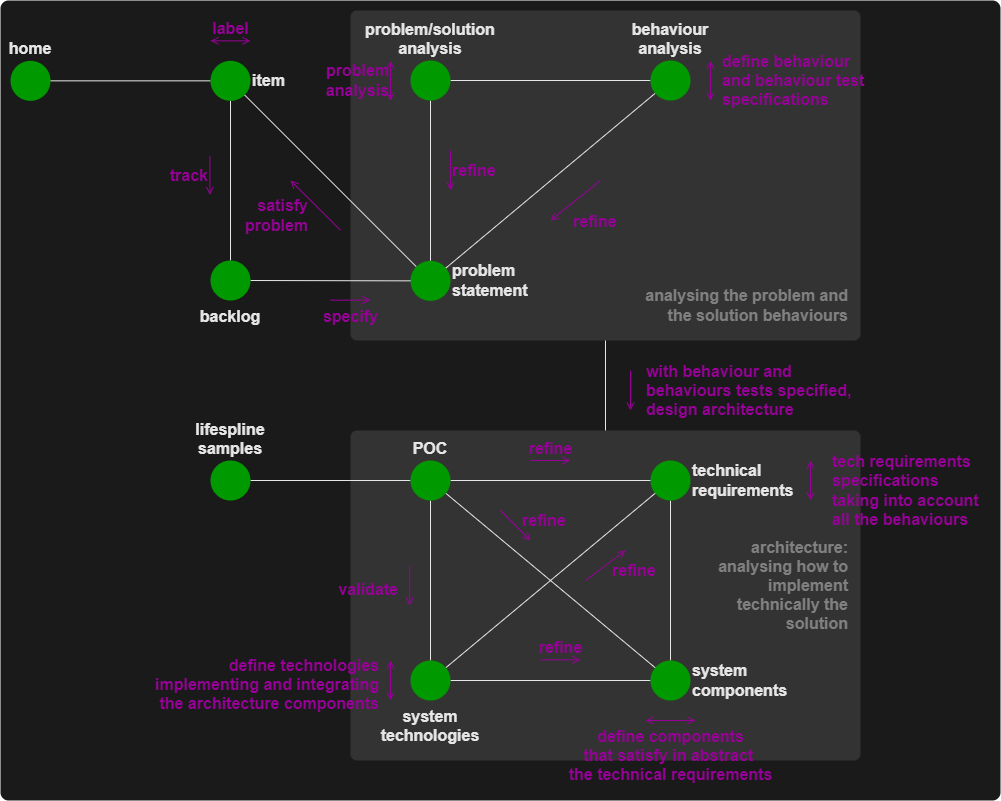
This is docs/_images/full-development-flow.png from lifespline/agile, a draw.io export, as it was before one commit. Source tidied: cells renumbered, new cells last; positions are measured from the earlier drawing's top-left corner, leaving out a move shared by most shapes.
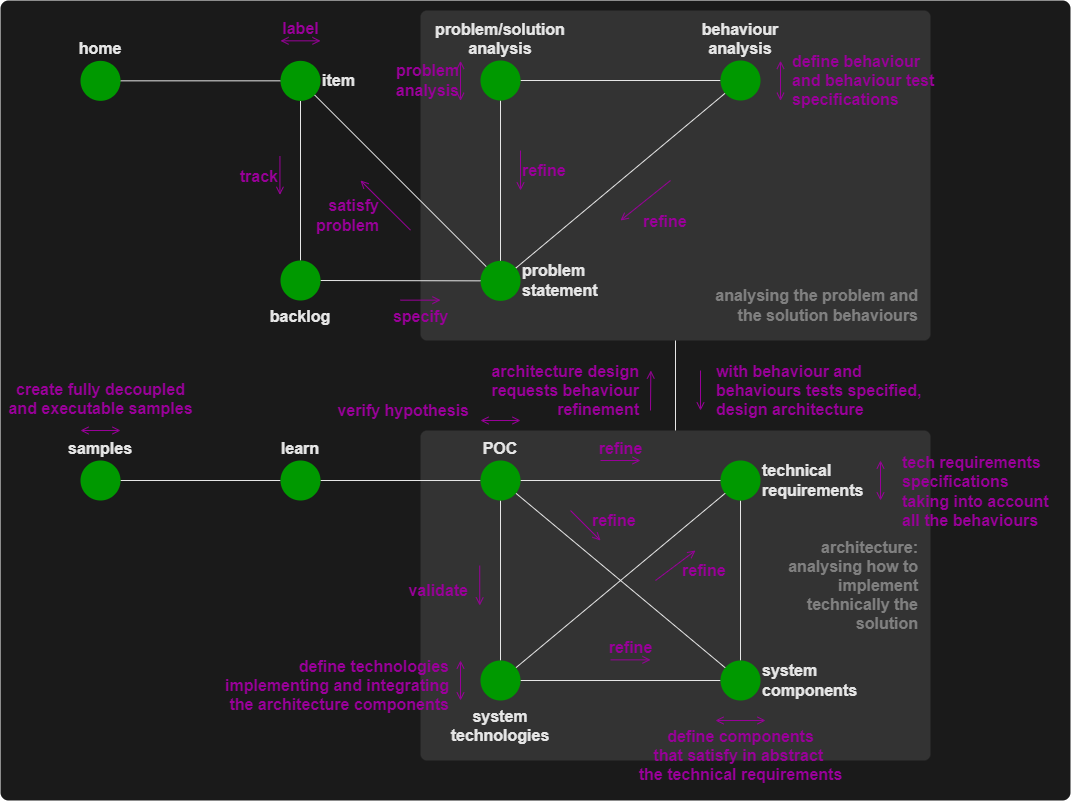
The same diagram one commit later.

What changed in the source:
```diff
@@ -3,7 +3,7 @@
     <mxCell id="0" />
     <mxCell id="1" parent="0" />
     <mxCell id="2" style="rounded=1;whiteSpace=wrap;html=1;fontColor=#FFFF00;fillColor=#1A1A1A;strokeColor=none;arcSize=1;fontSize=16;fontStyle=1;" parent="1" vertex="1">
-      <mxGeometry width="1000" height="800" as="geometry" />
+      <mxGeometry x="-70" width="1070" height="800" as="geometry" />
     </mxCell>
     <mxCell id="3" style="rounded=1;whiteSpace=wrap;html=1;fontColor=#FFFF00;fillColor=#333333;strokeColor=none;arcSize=2;fontSize=16;fontStyle=1;" parent="1" vertex="1">
       <mxGeometry x="350" y="430" width="510" height="330" as="geometry" />
@@ -194,8 +194,33 @@
         <mxPoint x="530" y="540" as="targetPoint" />
       </mxGeometry>
     </mxCell>
+    <mxCell id="50" style="edgeStyle=none;html=1;entryX=1;entryY=0.5;entryDx=0;entryDy=0;endArrow=none;endFill=0;strokeColor=#E6E6E6;" parent="1" edge="1" source="49" target="54">
+      <mxGeometry relative="1" as="geometry" />
+    </mxCell>
-    <mxCell id="49" value="&lt;span style=&quot;font-size: 16px&quot;&gt;lifespline&lt;br&gt;samples&lt;br style=&quot;font-size: 16px&quot;&gt;&lt;/span&gt;" style="ellipse;whiteSpace=wrap;html=1;strokeColor=none;fillColor=#009900;verticalAlign=bottom;labelPosition=center;verticalLabelPosition=top;align=center;fontSize=16;fontStyle=1;fontColor=#E6E6E6;" parent="1" vertex="1">
+    <mxCell id="49" value="&lt;span style=&quot;font-size: 16px&quot;&gt;learn&lt;br style=&quot;font-size: 16px&quot;&gt;&lt;/span&gt;" style="ellipse;whiteSpace=wrap;html=1;strokeColor=none;fillColor=#009900;verticalAlign=bottom;labelPosition=center;verticalLabelPosition=top;align=center;fontSize=16;fontStyle=1;fontColor=#E6E6E6;" parent="1" vertex="1">
       <mxGeometry x="210" y="460" width="40" height="40" as="geometry" />
     </mxCell>
+    <mxCell id="51" value="create fully decoupled&lt;br&gt;and executable samples" style="endArrow=open;html=1;endFill=0;verticalAlign=bottom;labelBackgroundColor=none;fontColor=#990099;strokeColor=#990099;fontStyle=1;labelPosition=center;verticalLabelPosition=top;align=center;startArrow=open;startFill=0;fontSize=16;" parent="1" edge="1">
+      <mxGeometry y="-10" relative="1" as="geometry">
+        <mxPoint x="50" y="430" as="sourcePoint" />
+        <mxPoint x="10" y="430" as="targetPoint" />
+      </mxGeometry>
+    </mxCell>
+    <mxCell id="52" value="verify hypothesis" style="endArrow=open;html=1;endFill=0;verticalAlign=middle;labelBackgroundColor=none;fontColor=#990099;strokeColor=#990099;fontStyle=1;labelPosition=left;verticalLabelPosition=middle;align=right;startArrow=open;startFill=0;fontSize=16;" parent="1" edge="1">
+      <mxGeometry x="-1" y="14" relative="1" as="geometry">
+        <mxPoint x="410" y="420" as="sourcePoint" />
+        <mxPoint x="450" y="420" as="targetPoint" />
+        <mxPoint x="-10" y="4" as="offset" />
+      </mxGeometry>
+    </mxCell>
+    <mxCell id="53" value="architecture design&lt;br&gt;requests behaviour&lt;br&gt;refinement" style="endArrow=none;html=1;endFill=0;verticalAlign=middle;labelBackgroundColor=none;fontColor=#990099;strokeColor=#990099;labelPosition=left;verticalLabelPosition=middle;align=right;startArrow=open;startFill=0;fontStyle=1;fontSize=16;" parent="1" edge="1">
+      <mxGeometry y="-10" relative="1" as="geometry">
+        <mxPoint x="580.3" y="370" as="sourcePoint" />
+        <mxPoint x="580" y="410" as="targetPoint" />
+      </mxGeometry>
+    </mxCell>
+    <mxCell id="54" value="&lt;span style=&quot;font-size: 16px&quot;&gt;samples&lt;br style=&quot;font-size: 16px&quot;&gt;&lt;/span&gt;" style="ellipse;whiteSpace=wrap;html=1;strokeColor=none;fillColor=#009900;verticalAlign=bottom;labelPosition=center;verticalLabelPosition=top;align=center;fontSize=16;fontStyle=1;fontColor=#E6E6E6;" parent="1" vertex="1">
+      <mxGeometry x="10" y="460" width="40" height="40" as="geometry" />
+    </mxCell>
   </root>
 </mxGraphModel>
```
